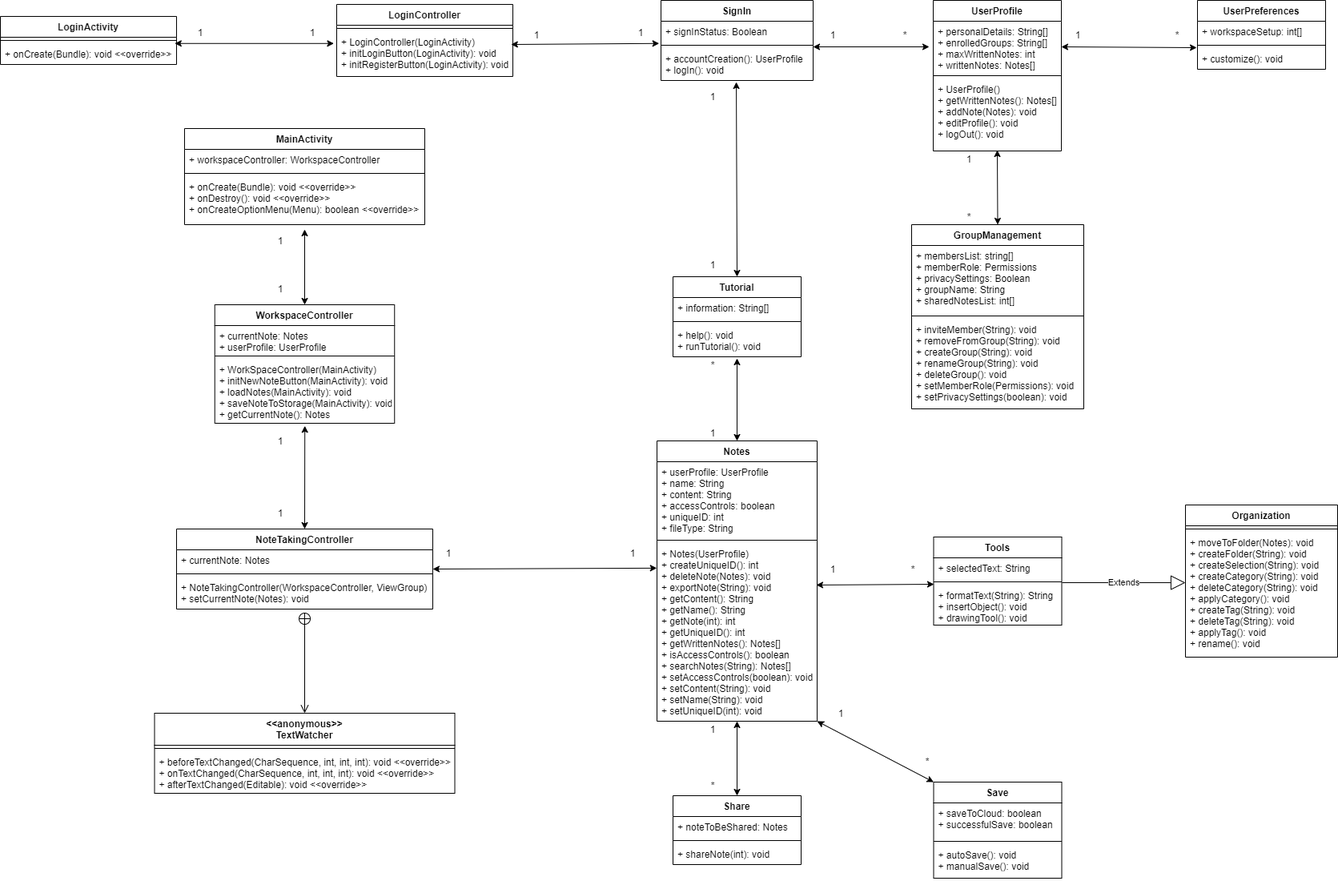
Earlier version of the draw.io export documentation/images/Deliverable_5_Design_UML_Diagram.png (CS386-Group-4/LumberjackNotes). Source tidied: cells renumbered, new cells last; positions are measured from the earlier drawing's top-left corner, leaving out a move shared by most shapes.
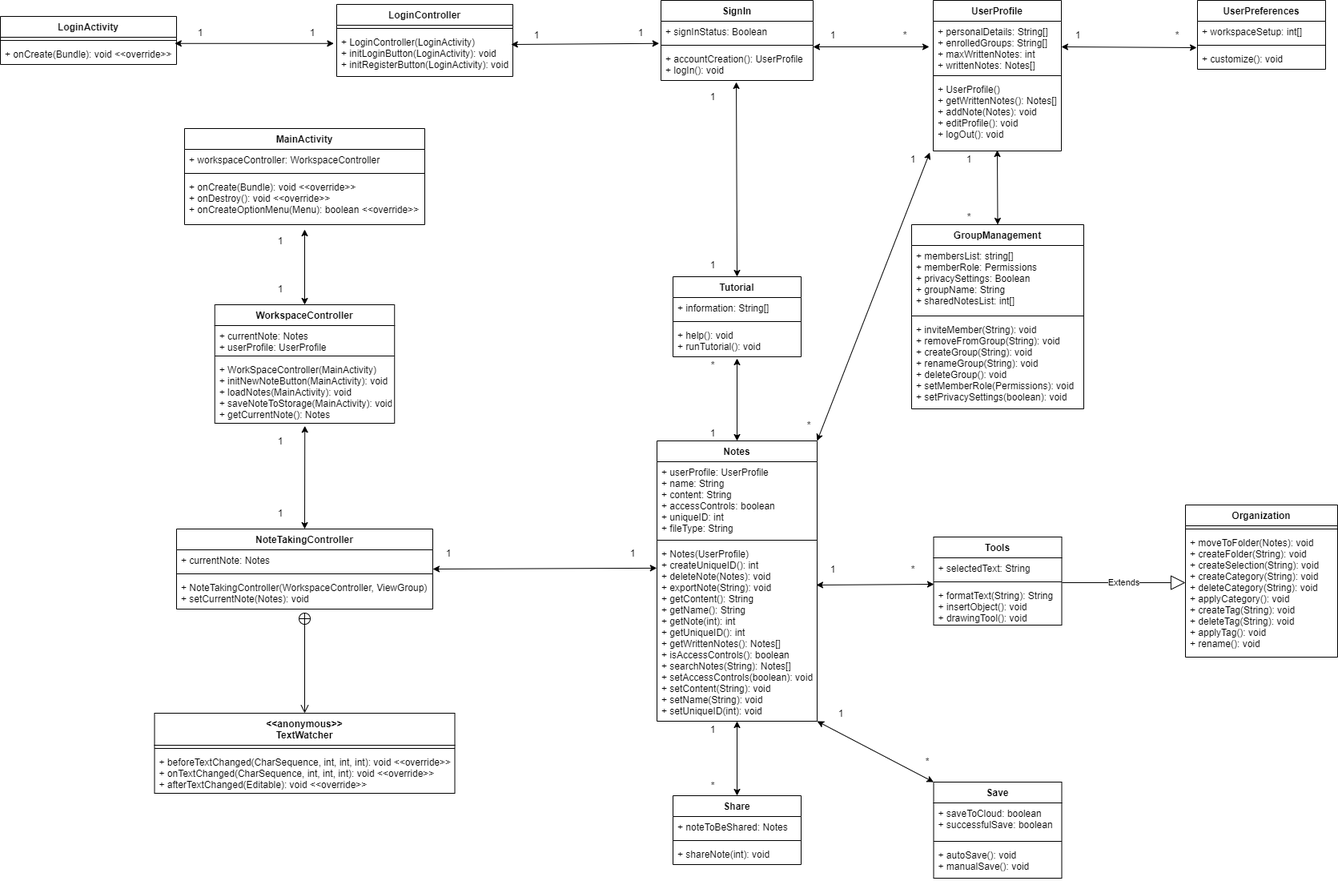
Later version of the same file.

Commit message:
Updated the image for the UML Diagram for Design.md

Diff of the diagram source:
```diff
@@ -312,5 +312,16 @@
     <mxCell id="102" value="1" style="text;html=1;strokeColor=none;fillColor=none;align=center;verticalAlign=middle;whiteSpace=wrap;rounded=0;" parent="1" vertex="1">
       <mxGeometry x="330" y="290" width="40" height="20" as="geometry" />
     </mxCell>
+    <mxCell id="103" style="endArrow=classic;startArrow=classic;html=1;entryX=-0.027;entryY=1.022;entryDx=0;entryDy=0;entryPerimeter=0;" parent="1" edge="1" target="36">
+      <mxGeometry relative="1" as="geometry">
+        <mxPoint x="1020" y="550" as="sourcePoint" />
+      </mxGeometry>
+    </mxCell>
+    <mxCell id="104" value="*" style="text;html=1;strokeColor=none;fillColor=none;align=center;verticalAlign=middle;whiteSpace=wrap;rounded=0;" parent="1" vertex="1">
+      <mxGeometry x="990" y="520" width="40" height="20" as="geometry" />
+    </mxCell>
+    <mxCell id="105" value="1" style="text;html=1;strokeColor=none;fillColor=none;align=center;verticalAlign=middle;whiteSpace=wrap;rounded=0;" parent="1" vertex="1">
+      <mxGeometry x="1120" y="188" width="40" height="20" as="geometry" />
+    </mxCell>
   </root>
 </mxGraphModel>
```
